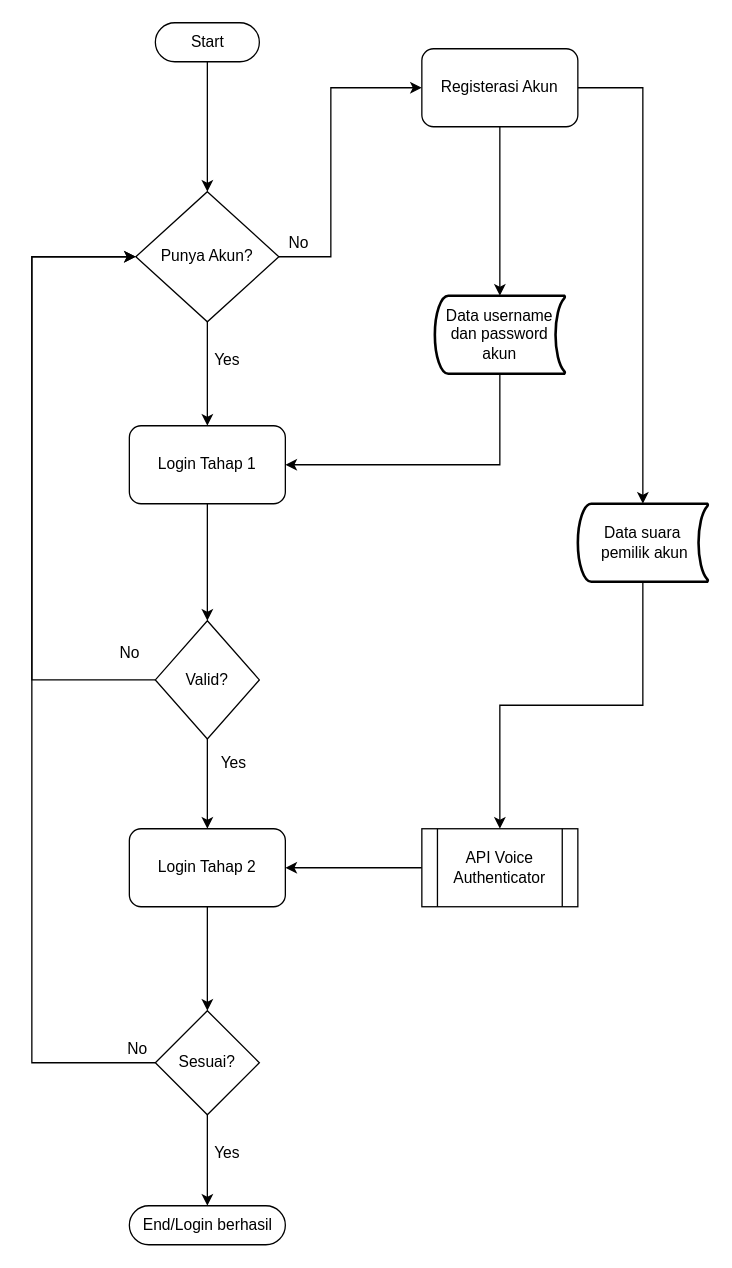
Earlier version of the draw.io diagram Alur sistem login.drawio (karageee/Login-system-and-gmm-voice-auth). Source tidied: cells renumbered, new cells numbered last; positions are measured from the earlier drawing's top-left corner, leaving out a move shared by most shapes. Both pictures are drawn from the tidied source at 130%, with x=0, y=0 at pixel (31, 22).
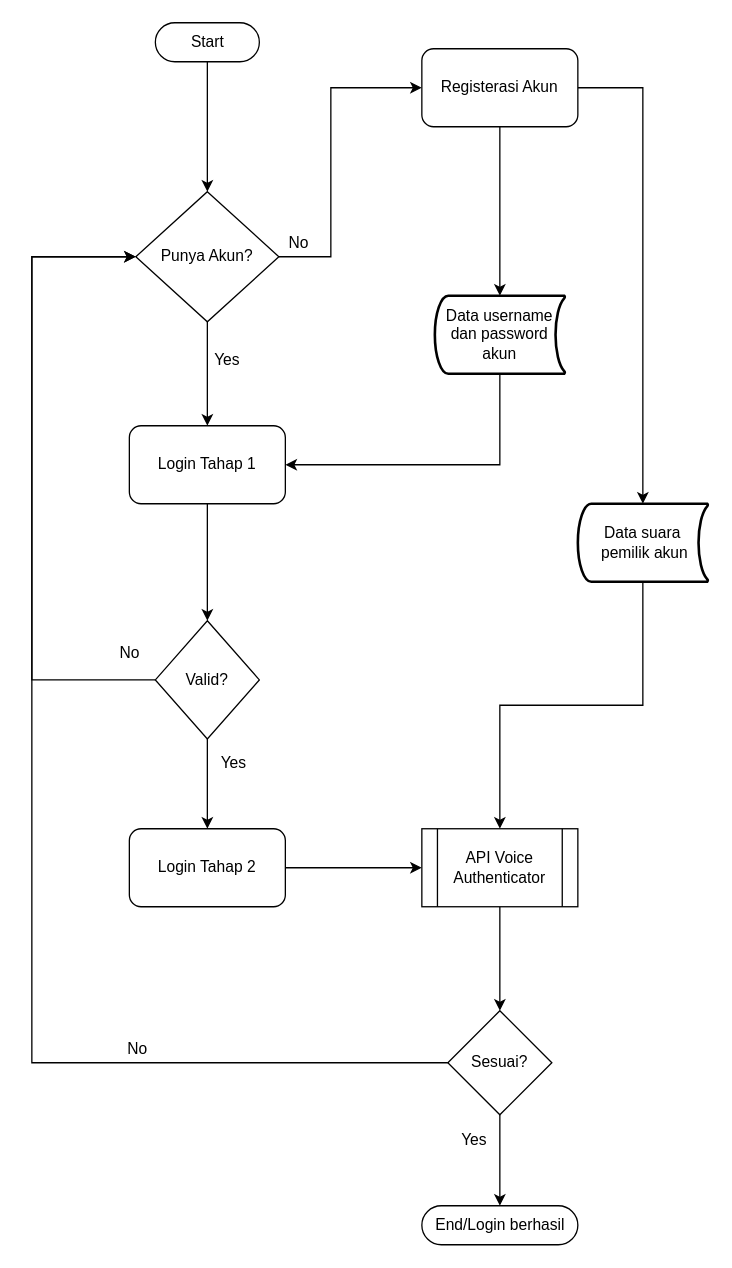
Above is the later version.

The change refers to these unchanged cells:
```xml
<mxCell id="18" value="Login Tahap 2" style="rounded=1;whiteSpace=wrap;html=1;" parent="1" vertex="1">
  <mxGeometry x="75" y="620" width="120" height="60" as="geometry" />
</mxCell>
<mxCell id="26" value="API Voice Authenticator" style="shape=process;whiteSpace=wrap;html=1;backgroundOutline=1;" parent="1" vertex="1">
  <mxGeometry x="300" y="620" width="120" height="60" as="geometry" />
</mxCell>
```

The edit, as a diff of the source:
```diff
@@
-    <mxCell id="17" style="edgeStyle=orthogonalEdgeStyle;rounded=0;jettySize=auto;html=1;entryX=0.5;entryY=0;entryDx=0;entryDy=0;" parent="1" edge="1" source="18" target="23">
-      <mxGeometry relative="1" as="geometry" />
-    </mxCell>
@@
     <mxCell id="23" value="Sesuai?" style="rhombus;whiteSpace=wrap;html=1;" parent="1" vertex="1">
-      <mxGeometry x="95" y="760" width="80" height="80" as="geometry" />
+      <mxGeometry x="320" y="760" width="80" height="80" as="geometry" />
     </mxCell>
     <mxCell id="24" value="End/Login berhasil" style="html=1;dashed=0;whitespace=wrap;shape=mxgraph.dfd.start;" parent="1" vertex="1">
-      <mxGeometry x="75" y="910" width="120" height="30" as="geometry" />
+      <mxGeometry x="300" y="910" width="120" height="30" as="geometry" />
     </mxCell>
-    <mxCell id="25" style="edgeStyle=orthogonalEdgeStyle;rounded=0;jettySize=auto;html=1;entryX=1;entryY=0.5;entryDx=0;entryDy=0;" parent="1" edge="1" source="26" target="18">
+    <mxCell id="25" style="edgeStyle=orthogonalEdgeStyle;rounded=0;jettySize=auto;html=1;entryX=1;entryY=0.5;entryDx=0;entryDy=0;endArrow=none;endFill=0;startArrow=classic;startFill=1;" parent="1" edge="1" source="26" target="18">
       <mxGeometry relative="1" as="geometry" />
     </mxCell>
+    <mxCell id="33" style="edgeStyle=orthogonalEdgeStyle;rounded=0;jettySize=auto;html=1;entryX=0.5;entryY=0;entryDx=0;entryDy=0;startArrow=none;startFill=0;endArrow=classic;endFill=1;" parent="1" edge="1" source="26" target="23">
+      <mxGeometry relative="1" as="geometry" />
+    </mxCell>
@@
     <mxCell id="31" value="Yes" style="text;html=1;align=center;verticalAlign=middle;" parent="1" vertex="1">
-      <mxGeometry x="130" y="860" width="40" height="20" as="geometry" />
+      <mxGeometry x="320" y="850" width="40" height="20" as="geometry" />
     </mxCell>
```
